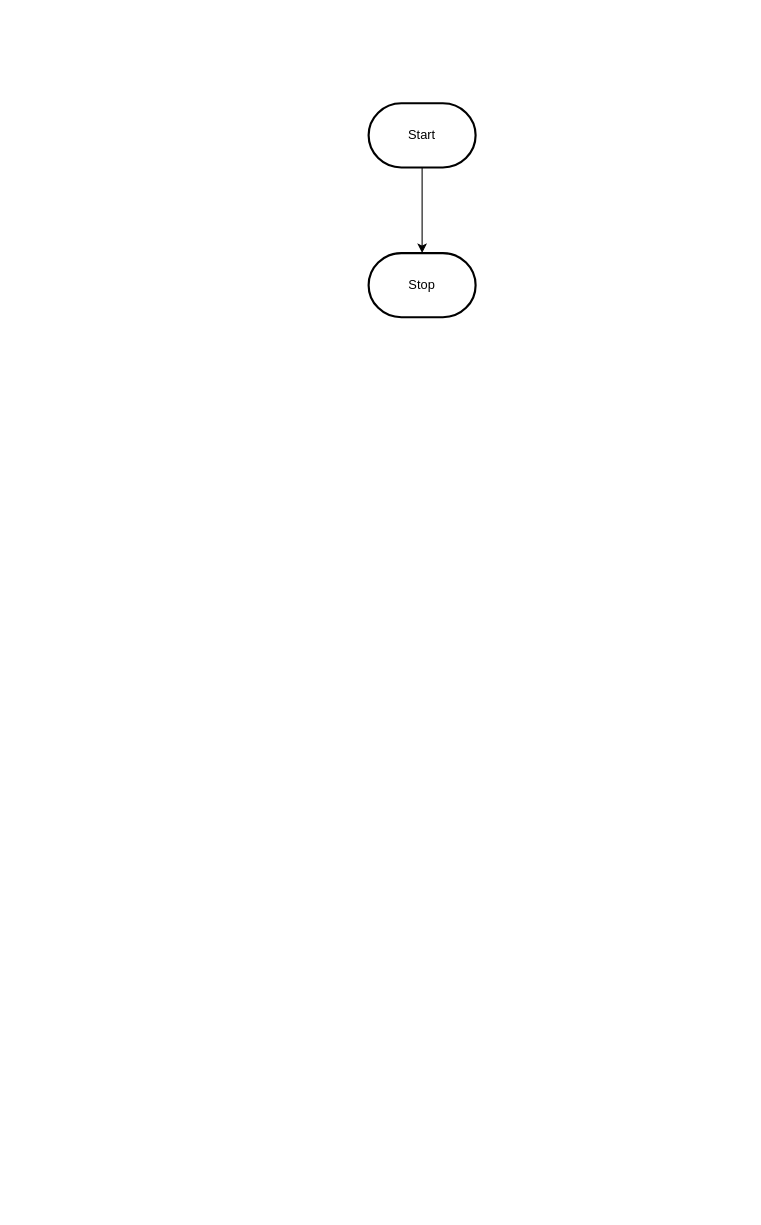
Above: design/flowchart.drawio in MTHS-TEJ2O-1-2023/TEJ2O-Unit-2-13-michael-bruneau (draw.io), before the change. Source tidied: cells renumbered, new cells numbered last; positions are measured from the earlier drawing's top-left corner, leaving out a move shared by most shapes. Both pictures are drawn from the tidied source at 107%, with x=0, y=0 at pixel (368, 103).
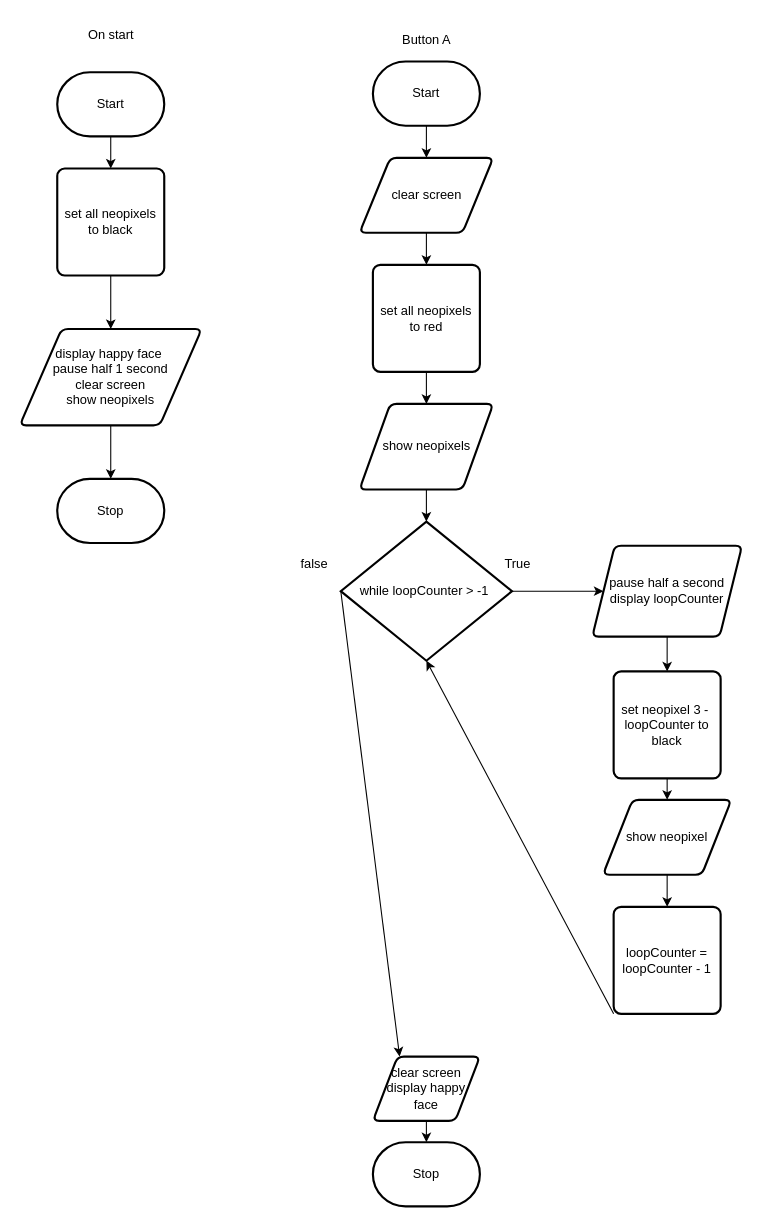
After the change.

The edit, as a diff of the source:
```diff
@@
-    <mxCell id="2" style="edgeStyle=orthogonalEdgeStyle;html=1;rounded=0;" parent="1" edge="1" source="3" target="4">
-      <mxGeometry relative="1" as="geometry" />
-    </mxCell>
+    <mxCell id="5" style="edgeStyle=none;html=1;exitX=0.5;exitY=1;exitDx=0;exitDy=0;exitPerimeter=0;entryX=0.5;entryY=0;entryDx=0;entryDy=0;" parent="1" edge="1" source="3" target="13">
+      <mxGeometry relative="1" as="geometry" />
+    </mxCell>
     <mxCell id="3" value="Start" style="strokeWidth=2;html=1;shape=mxgraph.flowchart.terminator;whiteSpace=wrap;" parent="1" vertex="1">
-      <mxGeometry width="100" height="60" as="geometry" />
+      <mxGeometry x="-291" y="-29" width="100" height="60" as="geometry" />
     </mxCell>
     <mxCell id="4" value="Stop" style="strokeWidth=2;html=1;shape=mxgraph.flowchart.terminator;whiteSpace=wrap;" parent="1" vertex="1">
-      <mxGeometry y="140" width="100" height="60" as="geometry" />
+      <mxGeometry x="-291" y="351" width="100" height="60" as="geometry" />
     </mxCell>
+    <mxCell id="6" style="edgeStyle=none;html=1;exitX=0.5;exitY=1;exitDx=0;exitDy=0;entryX=0.5;entryY=0;entryDx=0;entryDy=0;entryPerimeter=0;" parent="1" edge="1" source="2" target="4">
+      <mxGeometry relative="1" as="geometry" />
+    </mxCell>
+    <mxCell id="2" value="display happy face&amp;nbsp;&lt;br&gt;pause half 1 second&lt;br&gt;clear screen&lt;br&gt;show neopixels" style="shape=parallelogram;html=1;strokeWidth=2;perimeter=parallelogramPerimeter;whiteSpace=wrap;rounded=1;arcSize=12;size=0.23;" parent="1" vertex="1">
+      <mxGeometry x="-326" y="211" width="170" height="90" as="geometry" />
+    </mxCell>
+    <mxCell id="7" value="On start" style="text;html=1;align=center;verticalAlign=middle;strokeColor=none;fillColor=none;" parent="1" vertex="1">
+      <mxGeometry x="-276" y="-79" width="70" height="30" as="geometry" />
+    </mxCell>
+    <mxCell id="8" style="edgeStyle=none;html=1;exitX=0.5;exitY=1;exitDx=0;exitDy=0;exitPerimeter=0;entryX=0.5;entryY=0;entryDx=0;entryDy=0;" parent="1" edge="1" source="9" target="15">
+      <mxGeometry relative="1" as="geometry" />
+    </mxCell>
+    <mxCell id="9" value="Start" style="strokeWidth=2;html=1;shape=mxgraph.flowchart.terminator;whiteSpace=wrap;" parent="1" vertex="1">
+      <mxGeometry x="4" y="-39" width="100" height="60" as="geometry" />
+    </mxCell>
+    <mxCell id="10" value="Stop" style="strokeWidth=2;html=1;shape=mxgraph.flowchart.terminator;whiteSpace=wrap;" parent="1" vertex="1">
+      <mxGeometry x="4" y="971" width="100" height="60" as="geometry" />
+    </mxCell>
+    <mxCell id="11" value="Button A" style="text;html=1;align=center;verticalAlign=middle;strokeColor=none;fillColor=none;" parent="1" vertex="1">
+      <mxGeometry x="19" y="-74" width="70" height="30" as="geometry" />
+    </mxCell>
+    <mxCell id="12" style="edgeStyle=none;html=1;exitX=0.5;exitY=1;exitDx=0;exitDy=0;entryX=0.5;entryY=0;entryDx=0;entryDy=0;" parent="1" edge="1" source="13" target="2">
+      <mxGeometry relative="1" as="geometry" />
+    </mxCell>
+    <mxCell id="13" value="set all neopixels to black" style="rounded=1;whiteSpace=wrap;html=1;absoluteArcSize=1;arcSize=14;strokeWidth=2;" parent="1" vertex="1">
+      <mxGeometry x="-291" y="61" width="100" height="100" as="geometry" />
+    </mxCell>
+    <mxCell id="14" style="edgeStyle=none;html=1;exitX=0.5;exitY=1;exitDx=0;exitDy=0;" parent="1" edge="1" source="15" target="17">
+      <mxGeometry relative="1" as="geometry" />
+    </mxCell>
+    <mxCell id="15" value="clear screen" style="shape=parallelogram;html=1;strokeWidth=2;perimeter=parallelogramPerimeter;whiteSpace=wrap;rounded=1;arcSize=12;size=0.23;" parent="1" vertex="1">
+      <mxGeometry x="-8.5" y="51" width="125" height="70" as="geometry" />
+    </mxCell>
+    <mxCell id="16" style="edgeStyle=none;html=1;exitX=0.5;exitY=1;exitDx=0;exitDy=0;entryX=0.5;entryY=0;entryDx=0;entryDy=0;" parent="1" edge="1" source="17" target="19">
+      <mxGeometry relative="1" as="geometry" />
+    </mxCell>
+    <mxCell id="17" value="set all neopixels to red" style="rounded=1;whiteSpace=wrap;html=1;absoluteArcSize=1;arcSize=14;strokeWidth=2;" parent="1" vertex="1">
+      <mxGeometry x="4" y="151" width="100" height="100" as="geometry" />
+    </mxCell>
+    <mxCell id="18" style="edgeStyle=none;html=1;exitX=0.5;exitY=1;exitDx=0;exitDy=0;entryX=0.5;entryY=0;entryDx=0;entryDy=0;entryPerimeter=0;" parent="1" edge="1" source="19" target="22">
+      <mxGeometry relative="1" as="geometry" />
+    </mxCell>
+    <mxCell id="19" value="show neopixels" style="shape=parallelogram;html=1;strokeWidth=2;perimeter=parallelogramPerimeter;whiteSpace=wrap;rounded=1;arcSize=12;size=0.23;" parent="1" vertex="1">
+      <mxGeometry x="-8.5" y="281" width="125" height="80" as="geometry" />
+    </mxCell>
+    <mxCell id="20" style="edgeStyle=none;html=1;exitX=1;exitY=0.5;exitDx=0;exitDy=0;exitPerimeter=0;" parent="1" edge="1" source="22" target="24">
+      <mxGeometry relative="1" as="geometry" />
+    </mxCell>
+    <mxCell id="21" style="edgeStyle=none;html=1;exitX=0;exitY=0.5;exitDx=0;exitDy=0;exitPerimeter=0;entryX=0.25;entryY=0;entryDx=0;entryDy=0;" parent="1" edge="1" source="22" target="32">
+      <mxGeometry relative="1" as="geometry" />
+    </mxCell>
+    <mxCell id="22" value="while loopCounter &amp;gt; -1&amp;nbsp;" style="strokeWidth=2;html=1;shape=mxgraph.flowchart.decision;whiteSpace=wrap;" parent="1" vertex="1">
+      <mxGeometry x="-26" y="391" width="160" height="130" as="geometry" />
+    </mxCell>
+    <mxCell id="23" style="edgeStyle=none;html=1;exitX=0.5;exitY=1;exitDx=0;exitDy=0;" parent="1" edge="1" source="24" target="26">
+      <mxGeometry relative="1" as="geometry" />
+    </mxCell>
+    <mxCell id="24" value="pause half a second&lt;br&gt;display loopCounter" style="shape=parallelogram;html=1;strokeWidth=2;perimeter=parallelogramPerimeter;whiteSpace=wrap;rounded=1;arcSize=12;size=0.15000000000000002;" parent="1" vertex="1">
+      <mxGeometry x="209" y="413.5" width="140" height="85" as="geometry" />
+    </mxCell>
+    <mxCell id="25" style="edgeStyle=none;html=1;exitX=0.5;exitY=1;exitDx=0;exitDy=0;entryX=0.5;entryY=0;entryDx=0;entryDy=0;" parent="1" edge="1" source="26" target="28">
+      <mxGeometry relative="1" as="geometry" />
+    </mxCell>
+    <mxCell id="26" value="set neopixel 3 -&amp;nbsp; loopCounter to black" style="rounded=1;whiteSpace=wrap;html=1;absoluteArcSize=1;arcSize=14;strokeWidth=2;" parent="1" vertex="1">
+      <mxGeometry x="229" y="531" width="100" height="100" as="geometry" />
+    </mxCell>
+    <mxCell id="27" style="edgeStyle=none;html=1;exitX=0.5;exitY=1;exitDx=0;exitDy=0;entryX=0.5;entryY=0;entryDx=0;entryDy=0;" parent="1" edge="1" source="28" target="30">
+      <mxGeometry relative="1" as="geometry" />
+    </mxCell>
+    <mxCell id="28" value="show neopixel" style="shape=parallelogram;html=1;strokeWidth=2;perimeter=parallelogramPerimeter;whiteSpace=wrap;rounded=1;arcSize=12;size=0.23;" parent="1" vertex="1">
+      <mxGeometry x="219" y="651" width="120" height="70" as="geometry" />
+    </mxCell>
+    <mxCell id="29" style="edgeStyle=none;html=1;exitX=0;exitY=1;exitDx=0;exitDy=0;entryX=0.5;entryY=1;entryDx=0;entryDy=0;entryPerimeter=0;" parent="1" edge="1" source="30" target="22">
+      <mxGeometry relative="1" as="geometry" />
+    </mxCell>
+    <mxCell id="30" value="loopCounter = loopCounter - 1" style="rounded=1;whiteSpace=wrap;html=1;absoluteArcSize=1;arcSize=14;strokeWidth=2;" parent="1" vertex="1">
+      <mxGeometry x="229" y="751" width="100" height="100" as="geometry" />
+    </mxCell>
+    <mxCell id="31" style="edgeStyle=none;html=1;exitX=0.5;exitY=1;exitDx=0;exitDy=0;entryX=0.5;entryY=0;entryDx=0;entryDy=0;entryPerimeter=0;" parent="1" edge="1" source="32" target="10">
+      <mxGeometry relative="1" as="geometry" />
+    </mxCell>
+    <mxCell id="32" value="clear screen&lt;br&gt;display happy face" style="shape=parallelogram;html=1;strokeWidth=2;perimeter=parallelogramPerimeter;whiteSpace=wrap;rounded=1;arcSize=12;size=0.23;" parent="1" vertex="1">
+      <mxGeometry x="4" y="891" width="100" height="60" as="geometry" />
+    </mxCell>
+    <mxCell id="33" value="True" style="text;html=1;align=center;verticalAlign=middle;strokeColor=none;fillColor=none;" parent="1" vertex="1">
+      <mxGeometry x="114" y="416" width="50" height="30" as="geometry" />
+    </mxCell>
+    <mxCell id="34" value="false" style="text;html=1;align=center;verticalAlign=middle;strokeColor=none;fillColor=none;" parent="1" vertex="1">
+      <mxGeometry x="-76" y="416" width="50" height="30" as="geometry" />
+    </mxCell>
```
